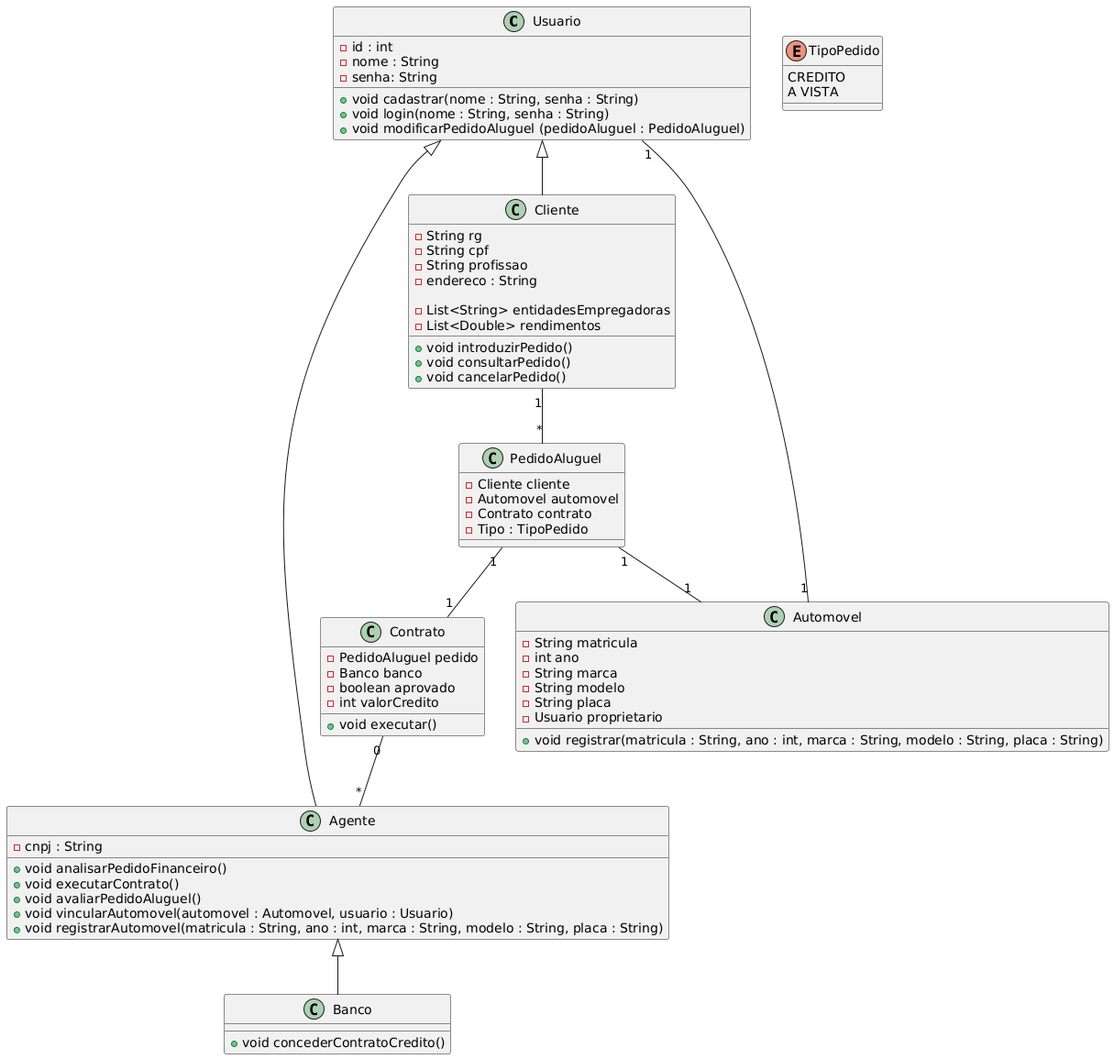
The PlantUML diagram project/img/classdiagram.png in iannovais/LDS-aluguel-de-veiculos, before a commit.
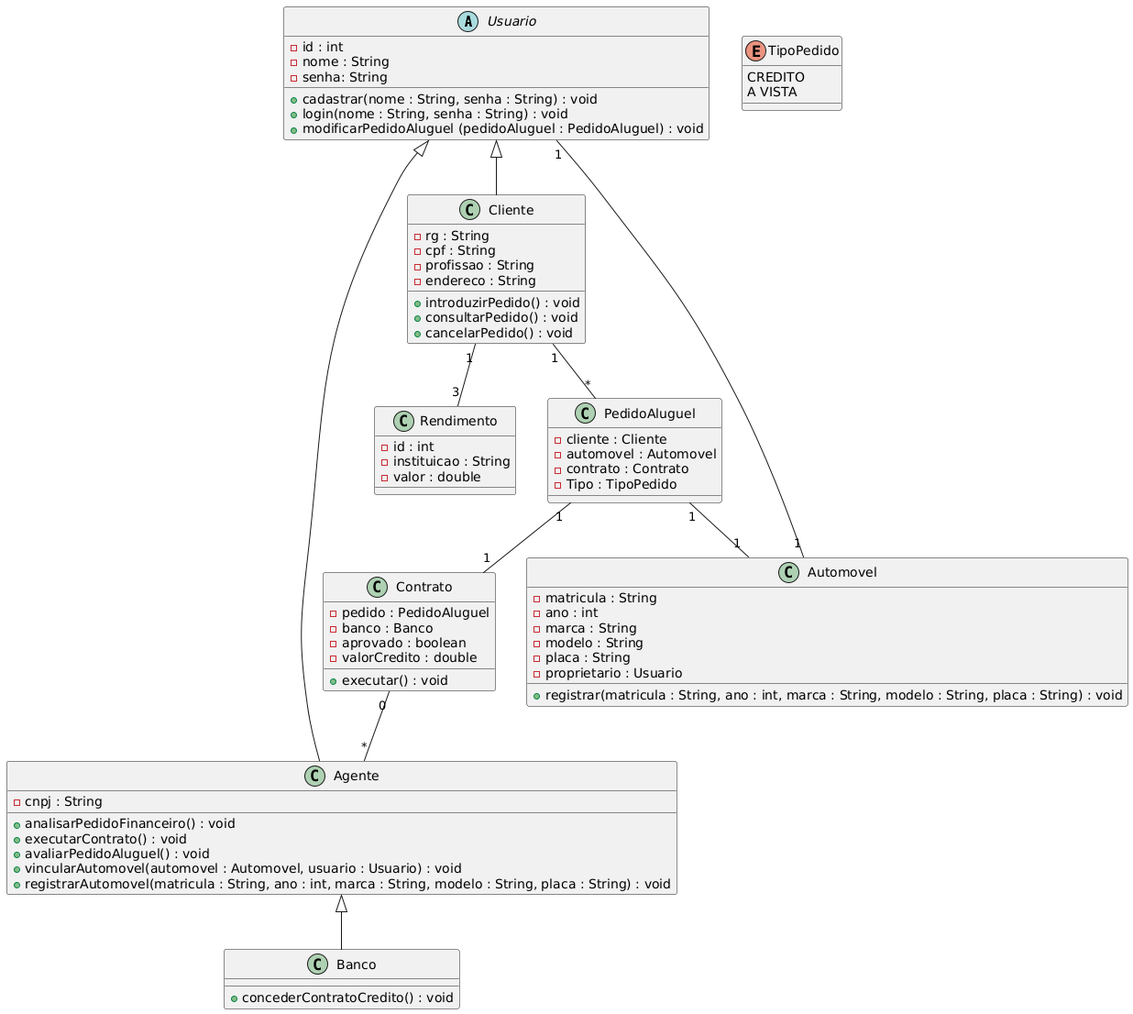
After the commit.

What changed in the source:
```diff
@@ -1,47 +1,50 @@
 @startuml
-class Usuario {
+abstract class Usuario {
     - id : int
     - nome : String
     - senha: String
 
-    + void cadastrar(nome : String, senha : String)
-    + void login(nome : String, senha : String)
-    + void modificarPedidoAluguel (pedidoAluguel : PedidoAluguel)
+    + cadastrar(nome : String, senha : String) : void
+    + login(nome : String, senha : String) : void
+    + modificarPedidoAluguel (pedidoAluguel : PedidoAluguel) : void
+}
+
+class Rendimento {
+    - id : int
+    - instituicao : String
+    - valor : double
 }
 
 class Cliente extends Usuario {
-    - String rg
-    - String cpf
-    - String profissao
+    - rg : String
+    - cpf : String
+    - profissao : String
     - endereco : String
 
-    - List<String> entidadesEmpregadoras
-    - List<Double> rendimentos
-
-    + void introduzirPedido()
-    + void consultarPedido()
-    + void cancelarPedido()
+    + introduzirPedido() : void
+    + consultarPedido() : void
+    + cancelarPedido() : void
 }
 
 class Agente extends Usuario {
     - cnpj : String
 
-    + void analisarPedidoFinanceiro()
-    + void executarContrato()
-    + void avaliarPedidoAluguel()
-    + void vincularAutomovel(automovel : Automovel, usuario : Usuario)
-    + void registrarAutomovel(matricula : String, ano : int, marca : String, modelo : String, placa : String)
+    + analisarPedidoFinanceiro() : void
+    + executarContrato() : void
+    + avaliarPedidoAluguel() : void
+    + vincularAutomovel(automovel : Automovel, usuario : Usuario) : void
+    + registrarAutomovel(matricula : String, ano : int, marca : String, modelo : String, placa : String) : void
 }
 
 
 class Banco extends Agente {
-    + void concederContratoCredito()
+    + concederContratoCredito() : void
 }
 
 class PedidoAluguel {
-    - Cliente cliente
-    - Automovel automovel
-    - Contrato contrato
+    - cliente : Cliente
+    - automovel : Automovel
+    - contrato : Contrato
     - Tipo : TipoPedido
 }
 
@@ -51,25 +54,26 @@
 }
 
 class Automovel {
-    - String matricula
-    - int ano
-    - String marca
-    - String modelo
-    - String placa
-    - Usuario proprietario
+    - matricula : String
+    - ano : int
+    - marca : String
+    - modelo : String
+    - placa : String
+    - proprietario : Usuario
 
-    + void registrar(matricula : String, ano : int, marca : String, modelo : String, placa : String)
+    + registrar(matricula : String, ano : int, marca : String, modelo : String, placa : String) : void
 }
 
 class Contrato {
-    - PedidoAluguel pedido
-    - Banco banco
-    - boolean aprovado
-    - int valorCredito
-    + void executar()
+    - pedido : PedidoAluguel
+    - banco : Banco
+    - aprovado : boolean
+    - valorCredito : double
+    + executar() : void
 }
 
 Cliente "1" -- "*" PedidoAluguel
+Cliente "1" -- "3" Rendimento
 PedidoAluguel "1" -- "1" Automovel
 PedidoAluguel "1" -- "1" Contrato
 Contrato "0" -- "*" Agente
```
